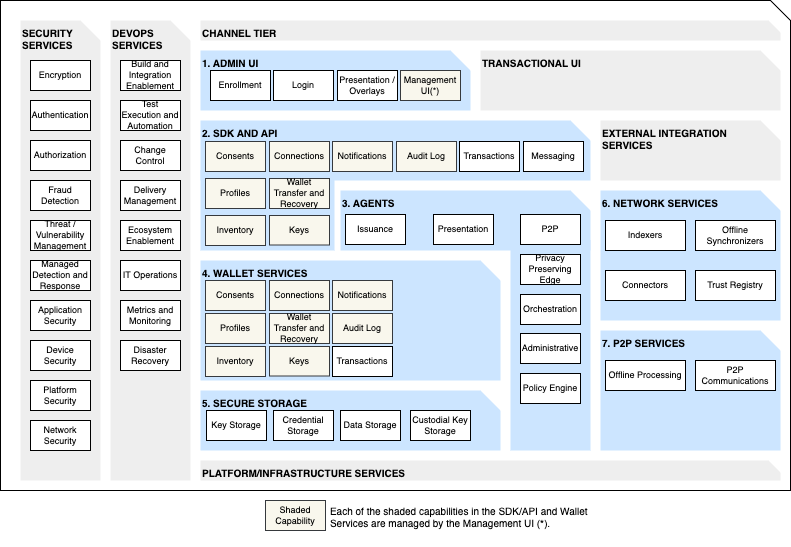
This is docs/papers/images/tech-capabilities.png from openwallet-foundation/architecture-sig, a draw.io export, as it was before one commit. Source tidied: cells renumbered, new cells last; positions are measured from the earlier drawing's top-left corner, leaving out a move shared by most shapes.
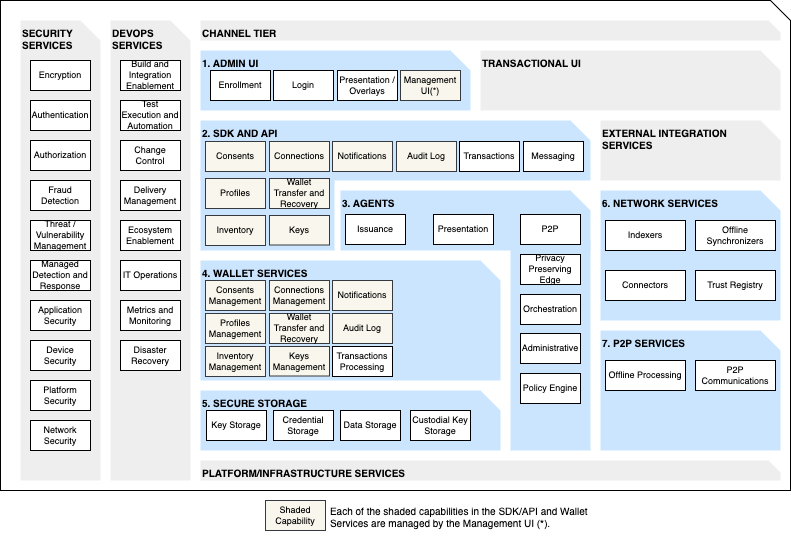
The same diagram one commit later.

Commit message:
Update techn capabilities and credo

Change to the diagram source:
```diff
@@ -176,31 +176,31 @@
     <mxCell id="59" value="Keys" style="rounded=0;whiteSpace=wrap;html=1;fontSize=9;fillStyle=auto;glass=0;shadow=0;direction=north;backgroundOutline=0;comic=0;gradientDirection=west;fillColor=#f9f7ed;strokeColor=#36393d;" parent="1" vertex="1">
       <mxGeometry x="269" y="215" width="60" height="29.5" as="geometry" />
     </mxCell>
-    <mxCell id="60" value="Consents" style="rounded=0;whiteSpace=wrap;html=1;fontSize=9;fillStyle=auto;glass=0;shadow=0;direction=north;backgroundOutline=0;comic=0;gradientDirection=west;fillColor=#f9f7ed;strokeColor=#36393d;" parent="1" vertex="1">
+    <mxCell id="60" value="Consents Management" style="rounded=0;whiteSpace=wrap;html=1;fontSize=9;fillStyle=auto;glass=0;shadow=0;direction=north;backgroundOutline=0;comic=0;gradientDirection=west;fillColor=#f9f7ed;strokeColor=#36393d;" parent="1" vertex="1">
       <mxGeometry x="205" y="280" width="60" height="30" as="geometry" />
     </mxCell>
-    <mxCell id="61" value="Profiles" style="rounded=0;whiteSpace=wrap;html=1;fontSize=9;fillStyle=auto;glass=0;shadow=0;direction=north;backgroundOutline=0;comic=0;gradientDirection=west;fillColor=#f9f7ed;strokeColor=#36393d;" parent="1" vertex="1">
+    <mxCell id="61" value="Profiles Management" style="rounded=0;whiteSpace=wrap;html=1;fontSize=9;fillStyle=auto;glass=0;shadow=0;direction=north;backgroundOutline=0;comic=0;gradientDirection=west;fillColor=#f9f7ed;strokeColor=#36393d;" parent="1" vertex="1">
       <mxGeometry x="205" y="313" width="60" height="30" as="geometry" />
     </mxCell>
-    <mxCell id="62" value="Inventory" style="rounded=0;whiteSpace=wrap;html=1;fontSize=9;fillStyle=auto;glass=0;shadow=0;direction=north;backgroundOutline=0;comic=0;gradientDirection=west;fillColor=#f9f7ed;strokeColor=#36393d;" parent="1" vertex="1">
+    <mxCell id="62" value="Inventory Management" style="rounded=0;whiteSpace=wrap;html=1;fontSize=9;fillStyle=auto;glass=0;shadow=0;direction=north;backgroundOutline=0;comic=0;gradientDirection=west;fillColor=#f9f7ed;strokeColor=#36393d;" parent="1" vertex="1">
       <mxGeometry x="205" y="346" width="60" height="30" as="geometry" />
     </mxCell>
     <mxCell id="63" value="Notifications" style="rounded=0;whiteSpace=wrap;html=1;fontSize=9;fillStyle=auto;glass=0;shadow=0;direction=north;backgroundOutline=0;comic=0;gradientDirection=west;fillColor=#f9f7ed;strokeColor=#36393d;" parent="1" vertex="1">
       <mxGeometry x="332" y="280" width="60" height="30" as="geometry" />
     </mxCell>
-    <mxCell id="64" value="Connections" style="rounded=0;whiteSpace=wrap;html=1;fontSize=9;fillStyle=auto;glass=0;shadow=0;direction=north;backgroundOutline=0;comic=0;gradientDirection=west;fillColor=#f9f7ed;strokeColor=#36393d;" parent="1" vertex="1">
+    <mxCell id="64" value="Connections Management" style="rounded=0;whiteSpace=wrap;html=1;fontSize=9;fillStyle=auto;glass=0;shadow=0;direction=north;backgroundOutline=0;comic=0;gradientDirection=west;fillColor=#f9f7ed;strokeColor=#36393d;" parent="1" vertex="1">
       <mxGeometry x="269" y="280" width="60" height="30" as="geometry" />
     </mxCell>
     <mxCell id="65" value="Wallet Transfer and Recovery" style="rounded=0;whiteSpace=wrap;html=1;fontSize=9;fillStyle=auto;glass=0;shadow=0;direction=north;backgroundOutline=0;comic=0;gradientDirection=west;fillColor=#f9f7ed;strokeColor=#36393d;" parent="1" vertex="1">
       <mxGeometry x="269" y="313" width="60" height="30" as="geometry" />
     </mxCell>
-    <mxCell id="66" value="Keys" style="rounded=0;whiteSpace=wrap;html=1;fontSize=9;fillStyle=auto;glass=0;shadow=0;direction=north;backgroundOutline=0;comic=0;gradientDirection=west;fillColor=#f9f7ed;strokeColor=#36393d;" parent="1" vertex="1">
+    <mxCell id="66" value="Keys Management" style="rounded=0;whiteSpace=wrap;html=1;fontSize=9;fillStyle=auto;glass=0;shadow=0;direction=north;backgroundOutline=0;comic=0;gradientDirection=west;fillColor=#f9f7ed;strokeColor=#36393d;" parent="1" vertex="1">
       <mxGeometry x="269" y="346" width="60" height="29.5" as="geometry" />
     </mxCell>
     <mxCell id="67" value="Audit Log" style="rounded=0;whiteSpace=wrap;html=1;fontSize=9;fillStyle=auto;glass=0;shadow=0;direction=north;backgroundOutline=0;comic=0;gradientDirection=west;fillColor=#f9f7ed;strokeColor=#36393d;" parent="1" vertex="1">
       <mxGeometry x="332" y="313" width="60" height="30" as="geometry" />
     </mxCell>
-    <mxCell id="68" value="Transactions" style="rounded=0;whiteSpace=wrap;html=1;fontSize=9;" parent="1" vertex="1">
+    <mxCell id="68" value="Transactions Processing" style="rounded=0;whiteSpace=wrap;html=1;fontSize=9;" parent="1" vertex="1">
       <mxGeometry x="332" y="346" width="60" height="30" as="geometry" />
     </mxCell>
     <mxCell id="69" value="Key Storage" style="rounded=0;whiteSpace=wrap;html=1;fontSize=9;" parent="1" vertex="1">
```
